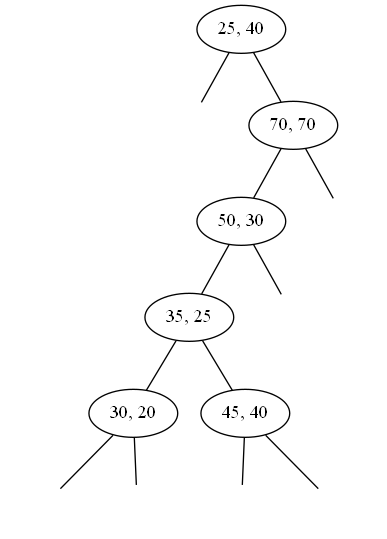
The Graphviz diagram kd-tree/kd-tree/kdtree.gv.png in jparimaa/pypg, before a commit. Its source is kept beside it as kd-tree/kd-tree/kdtree.gv.
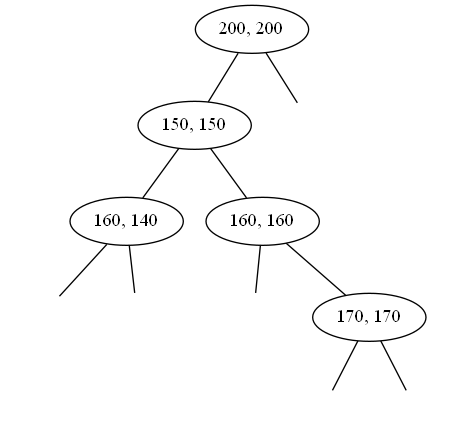
After the commit.

Diff of the diagram source:
```diff
@@ -1,28 +1,24 @@
 graph g {
 	graph [rankdir=BT]
-	0 [label="25, 40"]
+	0 [label="200, 200"]
+	1 [label="150, 150"]
+	1 -- 0
+	2 [label="160, 140"]
+	2 -- 1
 	-1 [label="" style=invis]
-	-1 -- 0
-	1 [label="70, 70"]
-	1 -- 0
-	2 [label="50, 30"]
-	2 -- 1
-	3 [label="35, 25"]
-	3 -- 2
-	4 [label="30, 20"]
+	-1 -- 2
+	-2 [label="" style=invis]
+	-2 -- 2
+	3 [label="160, 160"]
+	3 -- 1
+	-3 [label="" style=invis]
+	-3 -- 3
+	4 [label="170, 170"]
 	4 -- 3
-	-2 [label="" style=invis]
-	-2 -- 4
-	-3 [label="" style=invis]
-	-3 -- 4
-	5 [label="45, 40"]
-	5 -- 3
 	-4 [label="" style=invis]
-	-4 -- 5
+	-4 -- 4
 	-5 [label="" style=invis]
-	-5 -- 5
+	-5 -- 4
 	-6 [label="" style=invis]
-	-6 -- 2
-	-7 [label="" style=invis]
-	-7 -- 1
+	-6 -- 0
 }
```
